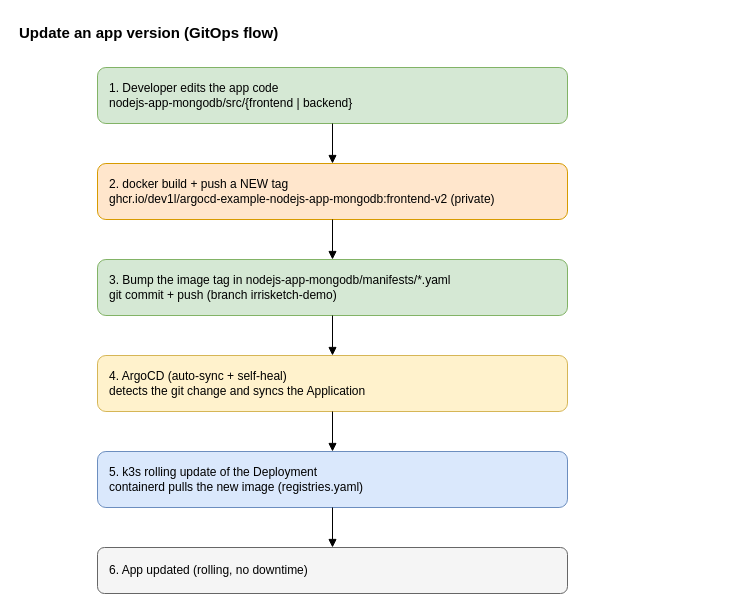
Above: page "Update app version" (2 of 3) of k3s-standalone-argocd/assets/k3s-standalone-argocd.drawio in DeV1L/durantic-tf-examples (draw.io), before the change. Source tidied: cells renumbered, new cells numbered last; positions are measured from the earlier drawing's top-left corner, leaving out a move shared by most shapes. Both pictures are drawn from the tidied source at 100%, with x=0, y=0 at pixel (17, 17).
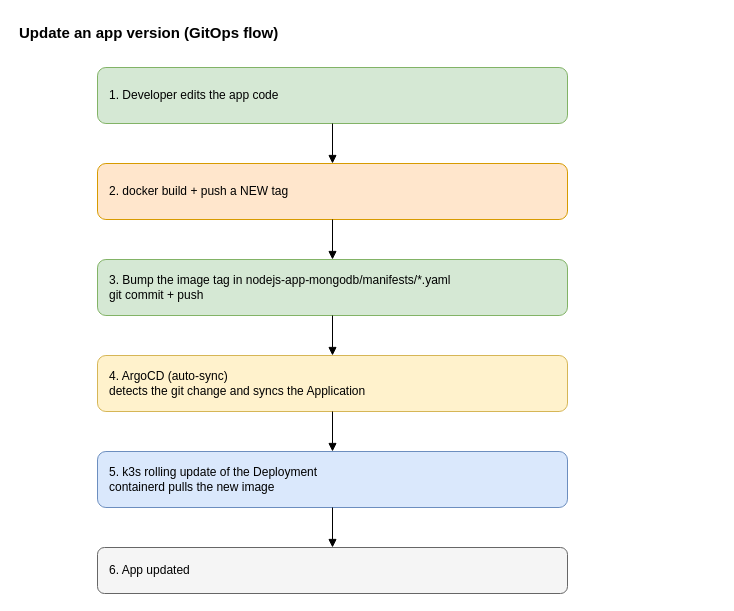
After the change.

Commit message (it also covers changes not shown here):
k3s-standalone-argocd: cleanups

What changed in the source:
```diff
@@
 <mxGraphModel>
   <root>
     <mxCell id="0" />
     <mxCell id="1" parent="0" />
     <mxCell id="2" value="Update an app version  (GitOps flow)" style="text;html=1;align=left;verticalAlign=middle;fontSize=15;fontStyle=1;" parent="1" vertex="1">
       <mxGeometry width="700" height="30" as="geometry" />
     </mxCell>
-    <mxCell id="3" value="1. Developer edits the app code&#10;nodejs-app-mongodb/src/{frontend | backend}" style="rounded=1;whiteSpace=wrap;html=1;fillColor=#d5e8d4;strokeColor=#82b366;align=left;verticalAlign=middle;spacingLeft=10;" parent="1" vertex="1">
+    <mxCell id="3" value="1. Developer edits the app code" style="rounded=1;whiteSpace=wrap;html=1;fillColor=#d5e8d4;strokeColor=#82b366;align=left;verticalAlign=middle;spacingLeft=10;" parent="1" vertex="1">
       <mxGeometry x="80" y="50" width="470" height="56" as="geometry" />
     </mxCell>
-    <mxCell id="4" value="2. docker build + push a NEW tag&#10;ghcr.io/dev1l/argocd-example-nodejs-app-mongodb:frontend-v2  (private)" style="rounded=1;whiteSpace=wrap;html=1;fillColor=#ffe6cc;strokeColor=#d79b00;align=left;verticalAlign=middle;spacingLeft=10;" parent="1" vertex="1">
+    <mxCell id="4" value="2. docker build + push a NEW tag" style="rounded=1;whiteSpace=wrap;html=1;fillColor=#ffe6cc;strokeColor=#d79b00;align=left;verticalAlign=middle;spacingLeft=10;" parent="1" vertex="1">
       <mxGeometry x="80" y="146" width="470" height="56" as="geometry" />
     </mxCell>
-    <mxCell id="5" value="3. Bump the image tag in nodejs-app-mongodb/manifests/*.yaml&#10;git commit + push  (branch irrisketch-demo)" style="rounded=1;whiteSpace=wrap;html=1;fillColor=#d5e8d4;strokeColor=#82b366;align=left;verticalAlign=middle;spacingLeft=10;" parent="1" vertex="1">
+    <mxCell id="5" value="3. Bump the image tag in nodejs-app-mongodb/manifests/*.yaml&lt;br&gt;git commit + push&amp;nbsp;" style="rounded=1;whiteSpace=wrap;html=1;fillColor=#d5e8d4;strokeColor=#82b366;align=left;verticalAlign=middle;spacingLeft=10;" parent="1" vertex="1">
       <mxGeometry x="80" y="242" width="470" height="56" as="geometry" />
     </mxCell>
-    <mxCell id="6" value="4. ArgoCD (auto-sync + self-heal)&#10;detects the git change and syncs the Application" style="rounded=1;whiteSpace=wrap;html=1;fillColor=#fff2cc;strokeColor=#d6b656;align=left;verticalAlign=middle;spacingLeft=10;" parent="1" vertex="1">
+    <mxCell id="6" value="4. ArgoCD (auto-sync)&lt;br&gt;detects the git change and syncs the Application" style="rounded=1;whiteSpace=wrap;html=1;fillColor=#fff2cc;strokeColor=#d6b656;align=left;verticalAlign=middle;spacingLeft=10;" parent="1" vertex="1">
       <mxGeometry x="80" y="338" width="470" height="56" as="geometry" />
     </mxCell>
-    <mxCell id="7" value="5. k3s rolling update of the Deployment&#10;containerd pulls the new image  (registries.yaml)" style="rounded=1;whiteSpace=wrap;html=1;fillColor=#dae8fc;strokeColor=#6c8ebf;align=left;verticalAlign=middle;spacingLeft=10;" parent="1" vertex="1">
+    <mxCell id="7" value="5. k3s rolling update of the Deployment&lt;br&gt;containerd pulls the new image" style="rounded=1;whiteSpace=wrap;html=1;fillColor=#dae8fc;strokeColor=#6c8ebf;align=left;verticalAlign=middle;spacingLeft=10;" parent="1" vertex="1">
       <mxGeometry x="80" y="434" width="470" height="56" as="geometry" />
     </mxCell>
-    <mxCell id="8" value="6. App updated  (rolling, no downtime)" style="rounded=1;whiteSpace=wrap;html=1;fillColor=#f5f5f5;strokeColor=#666666;align=left;verticalAlign=middle;spacingLeft=10;" parent="1" vertex="1">
+    <mxCell id="8" value="6. App updated" style="rounded=1;whiteSpace=wrap;html=1;fillColor=#f5f5f5;strokeColor=#666666;align=left;verticalAlign=middle;spacingLeft=10;" parent="1" vertex="1">
       <mxGeometry x="80" y="530" width="470" height="46" as="geometry" />
     </mxCell>
     <mxCell id="9" style="endArrow=block;html=1;rounded=0;exitX=0.5;exitY=1;exitDx=0;exitDy=0;entryX=0.5;entryY=0;entryDx=0;entryDy=0;" parent="1" edge="1" source="3" target="4">
       <mxGeometry relative="1" as="geometry" />
     </mxCell>
     <mxCell id="10" style="endArrow=block;html=1;rounded=0;exitX=0.5;exitY=1;exitDx=0;exitDy=0;entryX=0.5;entryY=0;entryDx=0;entryDy=0;" parent="1" edge="1" source="4" target="5">
       <mxGeometry relative="1" as="geometry" />
     </mxCell>
     <mxCell id="11" style="endArrow=block;html=1;rounded=0;exitX=0.5;exitY=1;exitDx=0;exitDy=0;entryX=0.5;entryY=0;entryDx=0;entryDy=0;" parent="1" edge="1" source="5" target="6">
       <mxGeometry relative="1" as="geometry" />
     </mxCell>
     <mxCell id="12" style="endArrow=block;html=1;rounded=0;exitX=0.5;exitY=1;exitDx=0;exitDy=0;entryX=0.5;entryY=0;entryDx=0;entryDy=0;" parent="1" edge="1" source="6" target="7">
       <mxGeometry relative="1" as="geometry" />
     </mxCell>
     <mxCell id="13" style="endArrow=block;html=1;rounded=0;exitX=0.5;exitY=1;exitDx=0;exitDy=0;entryX=0.5;entryY=0;entryDx=0;entryDy=0;" parent="1" edge="1" source="7" target="8">
       <mxGeometry relative="1" as="geometry" />
     </mxCell>
   </root>
 </mxGraphModel>
```
